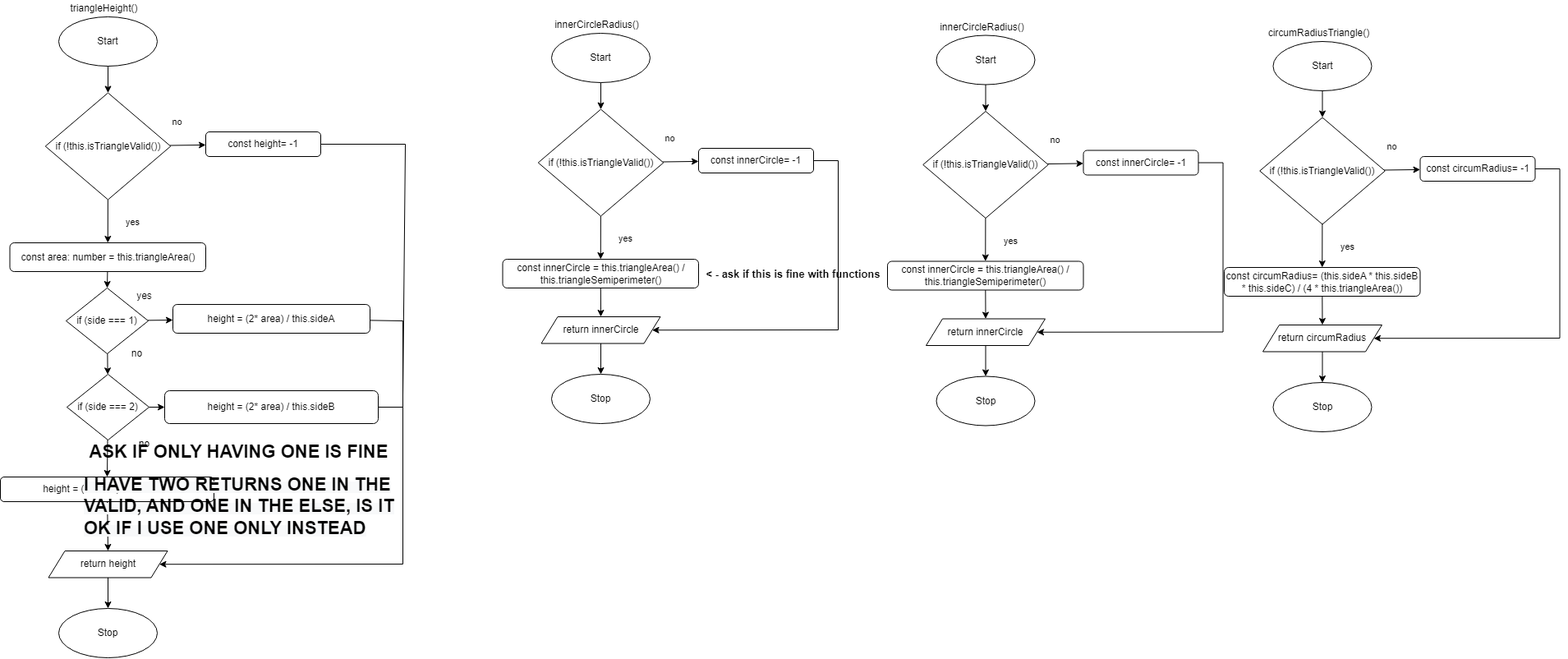
The draw.io diagram Drawio/FlowchartTWO.png in JacksonNaufal/ics4u-assignment-3-typescript, before a commit. Source tidied: cells renumbered, new cells last; positions are measured from the earlier drawing's top-left corner, leaving out a move shared by most shapes.
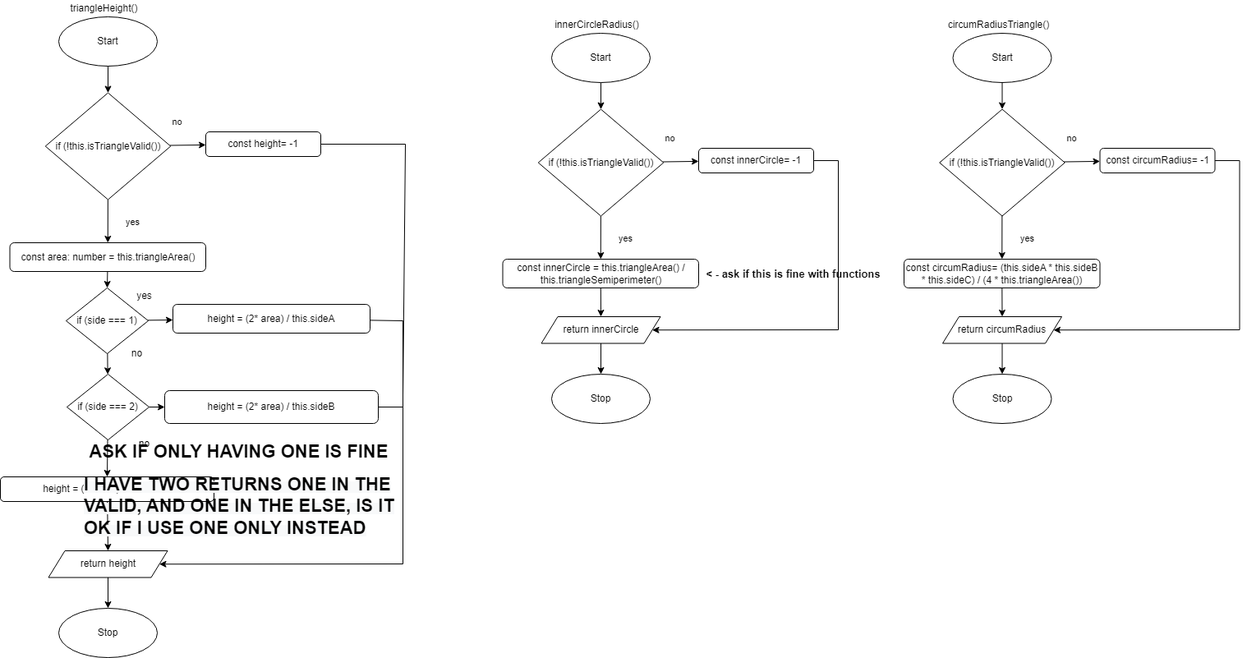
After the commit.

The edit, as a diff of the source:
```diff
@@ -163,82 +163,32 @@
     <mxCell id="48" value="const innerCircle= -1" style="rounded=1;whiteSpace=wrap;html=1;" parent="1" vertex="1">
       <mxGeometry x="850" y="180" width="140" height="30" as="geometry" />
     </mxCell>
-    <mxCell id="49" value="innerCircleRadius()" style="text;html=1;align=center;verticalAlign=middle;strokeColor=none;fillColor=none;" parent="1" vertex="1">
-      <mxGeometry x="1134.5" y="22.5" width="120" height="20" as="geometry" />
-    </mxCell>
-    <mxCell id="50" style="edgeStyle=none;html=1;entryX=0.5;entryY=0;entryDx=0;entryDy=0;fontSize=22;endArrow=classic;endFill=1;" parent="1" edge="1" source="51" target="56">
-      <mxGeometry relative="1" as="geometry" />
-    </mxCell>
-    <mxCell id="51" value="const innerCircle = this.triangleArea() / this.triangleSemiperimeter()" style="rounded=1;whiteSpace=wrap;html=1;" parent="1" vertex="1">
-      <mxGeometry x="1080" y="317.5" width="238.5" height="35" as="geometry" />
-    </mxCell>
-    <mxCell id="52" style="edgeStyle=none;rounded=0;html=1;entryX=0.5;entryY=0;entryDx=0;entryDy=0;fontSize=11;endArrow=classic;endFill=1;" parent="1" edge="1" source="53" target="59">
-      <mxGeometry relative="1" as="geometry" />
-    </mxCell>
-    <mxCell id="53" value="Start" style="ellipse;whiteSpace=wrap;html=1;" parent="1" vertex="1">
-      <mxGeometry x="1139.5" y="42.5" width="120" height="60" as="geometry" />
-    </mxCell>
-    <mxCell id="54" value="Stop" style="ellipse;whiteSpace=wrap;html=1;" parent="1" vertex="1">
-      <mxGeometry x="1139.5" y="457.5" width="120" height="60" as="geometry" />
-    </mxCell>
-    <mxCell id="55" style="edgeStyle=none;rounded=0;html=1;endArrow=classic;endFill=1;" parent="1" edge="1" source="56" target="54">
-      <mxGeometry relative="1" as="geometry" />
-    </mxCell>
-    <mxCell id="56" value="return innerCircle" style="shape=parallelogram;perimeter=parallelogramPerimeter;whiteSpace=wrap;html=1;fixedSize=1;" parent="1" vertex="1">
-      <mxGeometry x="1127" y="387.5" width="145" height="32.5" as="geometry" />
-    </mxCell>
-    <mxCell id="57" style="edgeStyle=none;rounded=0;html=1;fontSize=11;endArrow=classic;endFill=1;" parent="1" edge="1" source="59" target="63">
-      <mxGeometry relative="1" as="geometry" />
-    </mxCell>
-    <mxCell id="58" style="edgeStyle=none;rounded=0;html=1;fontSize=11;endArrow=classic;endFill=1;" parent="1" edge="1" source="59" target="51">
-      <mxGeometry relative="1" as="geometry" />
-    </mxCell>
-    <mxCell id="59" value="if (!this.isTriangleValid())" style="rhombus;whiteSpace=wrap;html=1;" parent="1" vertex="1">
-      <mxGeometry x="1123.2" y="135" width="152.5" height="130" as="geometry" />
-    </mxCell>
-    <mxCell id="60" value="no" style="text;html=1;align=center;verticalAlign=middle;strokeColor=none;fillColor=none;fontSize=11;" parent="1" vertex="1">
-      <mxGeometry x="1268.5" y="160" width="30" height="20" as="geometry" />
-    </mxCell>
-    <mxCell id="61" value="yes" style="text;html=1;align=center;verticalAlign=middle;strokeColor=none;fillColor=none;fontSize=11;" parent="1" vertex="1">
-      <mxGeometry x="1214.5" y="282.5" width="30" height="20" as="geometry" />
-    </mxCell>
-    <mxCell id="62" style="edgeStyle=none;rounded=0;html=1;fontSize=11;endArrow=classic;endFill=1;entryX=1;entryY=0.5;entryDx=0;entryDy=0;" parent="1" edge="1" source="63" target="56">
-      <mxGeometry relative="1" as="geometry">
-        <Array as="points">
-          <mxPoint x="1488.5" y="197.5" />
-          <mxPoint x="1488.5" y="403.5" />
-        </Array>
-      </mxGeometry>
-    </mxCell>
-    <mxCell id="63" value="const innerCircle= -1" style="rounded=1;whiteSpace=wrap;html=1;" parent="1" vertex="1">
-      <mxGeometry x="1318.5" y="182.5" width="140" height="30" as="geometry" />
-    </mxCell>
     <mxCell id="64" value="&lt;b&gt;&lt;font style=&quot;font-size: 13px&quot;&gt;&amp;lt; - ask if this is fine with functions&lt;/font&gt;&lt;/b&gt;" style="text;html=1;align=center;verticalAlign=middle;strokeColor=none;fillColor=none;" parent="1" vertex="1">
       <mxGeometry x="850" y="322.5" width="230" height="20" as="geometry" />
     </mxCell>
     <mxCell id="65" value="circumRadiusTriangle()" style="text;html=1;align=center;verticalAlign=middle;strokeColor=none;fillColor=none;" parent="1" vertex="1">
-      <mxGeometry x="1534.5" y="30" width="140" height="20" as="geometry" />
+      <mxGeometry x="1144.5" y="20" width="140" height="20" as="geometry" />
     </mxCell>
     <mxCell id="66" style="edgeStyle=none;html=1;entryX=0.5;entryY=0;entryDx=0;entryDy=0;fontSize=22;endArrow=classic;endFill=1;" parent="1" edge="1" source="67" target="72">
       <mxGeometry relative="1" as="geometry" />
     </mxCell>
     <mxCell id="67" value="const circumRadius= (this.sideA * this.sideB * this.sideC) / (4 * this.triangleArea())" style="rounded=1;whiteSpace=wrap;html=1;" parent="1" vertex="1">
-      <mxGeometry x="1490" y="325" width="238.5" height="35" as="geometry" />
+      <mxGeometry x="1100" y="315" width="238.5" height="35" as="geometry" />
     </mxCell>
     <mxCell id="68" style="edgeStyle=none;rounded=0;html=1;entryX=0.5;entryY=0;entryDx=0;entryDy=0;fontSize=11;endArrow=classic;endFill=1;" parent="1" edge="1" source="69" target="75">
       <mxGeometry relative="1" as="geometry" />
     </mxCell>
     <mxCell id="69" value="Start" style="ellipse;whiteSpace=wrap;html=1;" parent="1" vertex="1">
-      <mxGeometry x="1549.5" y="50" width="120" height="60" as="geometry" />
+      <mxGeometry x="1159.5" y="40" width="120" height="60" as="geometry" />
     </mxCell>
     <mxCell id="70" value="Stop" style="ellipse;whiteSpace=wrap;html=1;" parent="1" vertex="1">
-      <mxGeometry x="1549.5" y="465" width="120" height="60" as="geometry" />
+      <mxGeometry x="1159.5" y="455" width="120" height="60" as="geometry" />
     </mxCell>
     <mxCell id="71" style="edgeStyle=none;rounded=0;html=1;endArrow=classic;endFill=1;" parent="1" edge="1" source="72" target="70">
       <mxGeometry relative="1" as="geometry" />
     </mxCell>
     <mxCell id="72" value="return circumRadius" style="shape=parallelogram;perimeter=parallelogramPerimeter;whiteSpace=wrap;html=1;fixedSize=1;" parent="1" vertex="1">
-      <mxGeometry x="1537" y="395" width="145" height="32.5" as="geometry" />
+      <mxGeometry x="1147" y="385" width="145" height="32.5" as="geometry" />
     </mxCell>
     <mxCell id="73" style="edgeStyle=none;rounded=0;html=1;fontSize=11;endArrow=classic;endFill=1;" parent="1" edge="1" source="75" target="79">
       <mxGeometry relative="1" as="geometry" />
@@ -247,24 +197,24 @@
       <mxGeometry relative="1" as="geometry" />
     </mxCell>
     <mxCell id="75" value="if (!this.isTriangleValid())" style="rhombus;whiteSpace=wrap;html=1;" parent="1" vertex="1">
-      <mxGeometry x="1533.2" y="142.5" width="152.5" height="130" as="geometry" />
+      <mxGeometry x="1143.2" y="132.5" width="152.5" height="130" as="geometry" />
     </mxCell>
     <mxCell id="76" value="no" style="text;html=1;align=center;verticalAlign=middle;strokeColor=none;fillColor=none;fontSize=11;" parent="1" vertex="1">
-      <mxGeometry x="1678.5" y="167.5" width="30" height="20" as="geometry" />
+      <mxGeometry x="1288.5" y="157.5" width="30" height="20" as="geometry" />
     </mxCell>
     <mxCell id="77" value="yes" style="text;html=1;align=center;verticalAlign=middle;strokeColor=none;fillColor=none;fontSize=11;" parent="1" vertex="1">
-      <mxGeometry x="1624.5" y="290" width="30" height="20" as="geometry" />
+      <mxGeometry x="1234.5" y="280" width="30" height="20" as="geometry" />
     </mxCell>
     <mxCell id="78" style="edgeStyle=none;rounded=0;html=1;fontSize=11;endArrow=classic;endFill=1;entryX=1;entryY=0.5;entryDx=0;entryDy=0;" parent="1" edge="1" source="79" target="72">
       <mxGeometry relative="1" as="geometry">
         <Array as="points">
-          <mxPoint x="1898.5" y="205" />
-          <mxPoint x="1898.5" y="411" />
+          <mxPoint x="1508.5" y="195" />
+          <mxPoint x="1508.5" y="401" />
         </Array>
       </mxGeometry>
     </mxCell>
     <mxCell id="79" value="const circumRadius= -1" style="rounded=1;whiteSpace=wrap;html=1;" parent="1" vertex="1">
-      <mxGeometry x="1728.5" y="190" width="140" height="30" as="geometry" />
+      <mxGeometry x="1338.5" y="180" width="140" height="30" as="geometry" />
     </mxCell>
   </root>
 </mxGraphModel>
```
